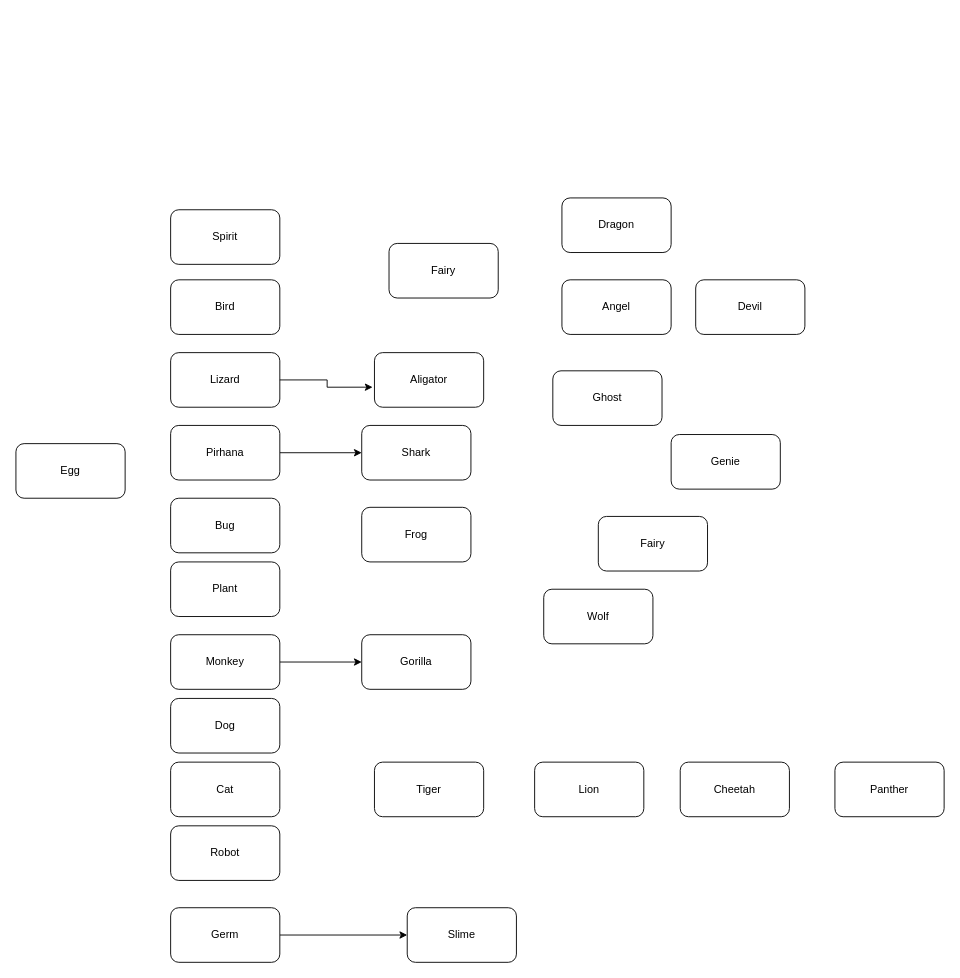
Rift-Master/Game-Design-Documents keeps this draw.io diagram as New Animal Connect System.drawio. Above is the earlier version. Source tidied: cells renumbered, new cells numbered last; positions are measured from the earlier drawing's top-left corner, leaving out a move shared by most shapes. Both pictures are drawn from the tidied source at 91%, with x=0, y=0 at pixel (15, 197).
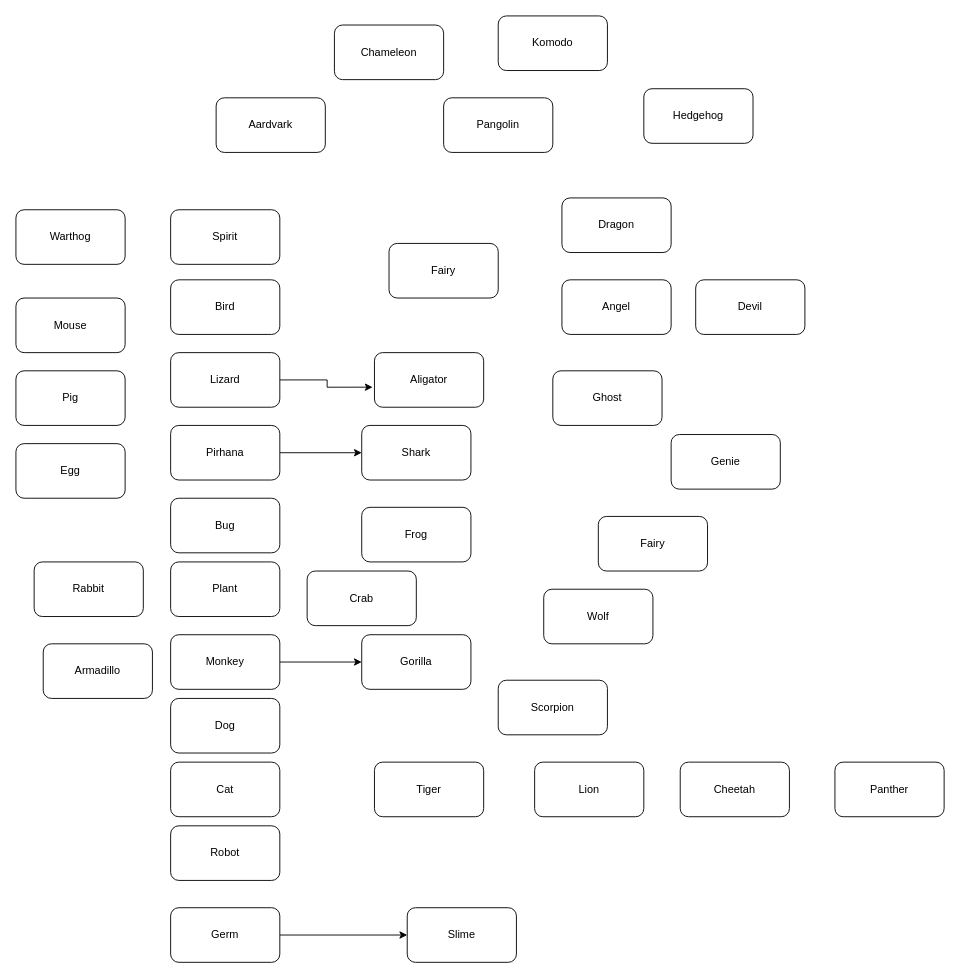
After the change.

Commit message:
New Animal Connect System.drawio を更新します

Diff of the diagram source:
```diff
@@
+    <mxCell id="35" value="Crab" style="rounded=1;whiteSpace=wrap;html=1;" parent="1" vertex="1">
+      <mxGeometry x="320" y="410" width="120" height="60" as="geometry" />
+    </mxCell>
+    <mxCell id="36" value="Scorpion" style="rounded=1;whiteSpace=wrap;html=1;" parent="1" vertex="1">
+      <mxGeometry x="530" y="530" width="120" height="60" as="geometry" />
+    </mxCell>
+    <mxCell id="37" value="Rabbit" style="rounded=1;whiteSpace=wrap;html=1;" parent="1" vertex="1">
+      <mxGeometry x="20" y="400" width="120" height="60" as="geometry" />
+    </mxCell>
+    <mxCell id="38" value="Armadillo" style="rounded=1;whiteSpace=wrap;html=1;" parent="1" vertex="1">
+      <mxGeometry x="30" y="490" width="120" height="60" as="geometry" />
+    </mxCell>
+    <mxCell id="39" value="Mouse" style="rounded=1;whiteSpace=wrap;html=1;" parent="1" vertex="1">
+      <mxGeometry y="110" width="120" height="60" as="geometry" />
+    </mxCell>
+    <mxCell id="40" value="Pig" style="rounded=1;whiteSpace=wrap;html=1;" parent="1" vertex="1">
+      <mxGeometry y="190" width="120" height="60" as="geometry" />
+    </mxCell>
+    <mxCell id="41" value="Warthog" style="rounded=1;whiteSpace=wrap;html=1;" parent="1" vertex="1">
+      <mxGeometry y="13" width="120" height="60" as="geometry" />
+    </mxCell>
+    <mxCell id="42" value="Aardvark" style="rounded=1;whiteSpace=wrap;html=1;" parent="1" vertex="1">
+      <mxGeometry x="220" y="-110" width="120" height="60" as="geometry" />
+    </mxCell>
+    <mxCell id="43" value="Pangolin" style="rounded=1;whiteSpace=wrap;html=1;" parent="1" vertex="1">
+      <mxGeometry x="470" y="-110" width="120" height="60" as="geometry" />
+    </mxCell>
+    <mxCell id="44" value="Hedgehog" style="rounded=1;whiteSpace=wrap;html=1;" parent="1" vertex="1">
+      <mxGeometry x="690" y="-120" width="120" height="60" as="geometry" />
+    </mxCell>
+    <mxCell id="45" value="Chameleon" style="rounded=1;whiteSpace=wrap;html=1;" parent="1" vertex="1">
+      <mxGeometry x="350" y="-190" width="120" height="60" as="geometry" />
+    </mxCell>
+    <mxCell id="46" value="Komodo" style="rounded=1;whiteSpace=wrap;html=1;" parent="1" vertex="1">
+      <mxGeometry x="530" y="-200" width="120" height="60" as="geometry" />
+    </mxCell>
```
